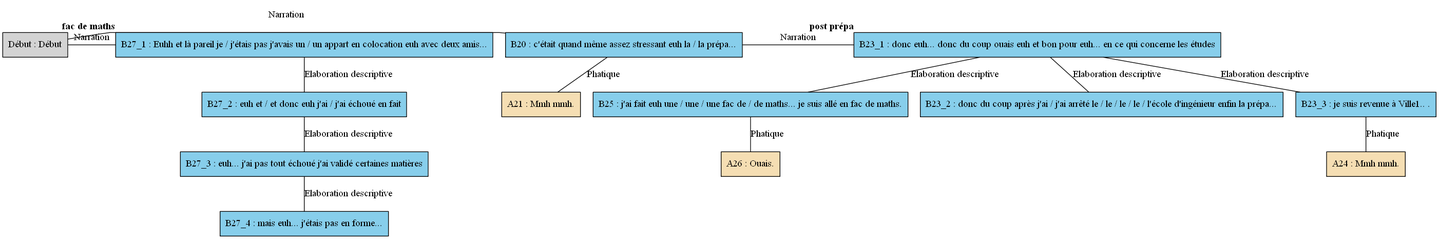
AlaixComet/AnnotationSlamPTut keeps this Graphviz diagram as arbres/Nord/Nord_-_A01.gv.png. Above is the earlier version. Its source is kept beside it as arbres/Nord/Nord_-_A01.gv. Source of this version:
```dot
digraph A01 {
	node [shape=box style=filled]
	"Début" [label="Début : Début" xlabel=""]
	B20 [label="B20 : c'était quand même assez stressant euh la / la prépa..." fillcolor=skyblue xlabel=""]
	A21 [label="A21 : Mmh mmh." fillcolor=wheat xlabel=""]
	B23_1 [label="B23_1 : donc euh... donc du coup ouais euh et bon pour euh... en ce qui concerne les études" fillcolor=skyblue xlabel=<<B>post prépa</B>>]
	B23_2 [label="B23_2 : donc du coup après j'ai / j'ai arrêté le / le / le / le / l'école d'ingénieur enfin la prépa..." fillcolor=skyblue xlabel=""]
	B23_3 [label="B23_3 : je suis revenue à Ville1.. ." fillcolor=skyblue xlabel=""]
	A24 [label="A24 : Mmh mmh." fillcolor=wheat xlabel=""]
	B25 [label="B25 : j'ai fait euh une / une / une fac de / de maths... je suis allé en fac de maths." fillcolor=skyblue xlabel=""]
	A26 [label="A26 : Ouais." fillcolor=wheat xlabel=""]
	B27_1 [label="B27_1 : Euhh et là pareil je / j'étais pas j'avais un / un appart en colocation euh avec deux amis..." fillcolor=skyblue xlabel=<<B>fac de maths</B>>]
	B27_2 [label="B27_2 : euh et / et donc euh j'ai / j'ai échoué en fait" fillcolor=skyblue xlabel=""]
	B27_3 [label="B27_3 : euh... j'ai pas tout échoué j'ai validé certaines matières" fillcolor=skyblue xlabel=""]
	B27_4 [label="B27_4 : mais euh... j'étais pas en forme..." fillcolor=skyblue xlabel=""]
	{
		rank=same
		"Début"
		B20
		"Début" -> B20 [label=Narration dir=none]
	}
	B20 -> A21 [label=Phatique dir=none]
	{
		rank=same
		B20
		B23_1
		B20 -> B23_1 [label=Narration dir=none]
	}
	B23_1 -> B23_2 [label="Elaboration descriptive" dir=none]
	B23_1 -> B23_3 [label="Elaboration descriptive" dir=none]
	B23_3 -> A24 [label=Phatique dir=none]
	B23_1 -> B25 [label="Elaboration descriptive" dir=none]
	B25 -> A26 [label=Phatique dir=none]
	{
		rank=same
		"Début"
		B27_1
		"Début" -> B27_1 [label=Narration dir=none]
	}
	B27_1 -> B27_2 [label="Elaboration descriptive" dir=none]
	B27_2 -> B27_3 [label="Elaboration descriptive" dir=none]
	B27_3 -> B27_4 [label="Elaboration descriptive" dir=none]
}
```
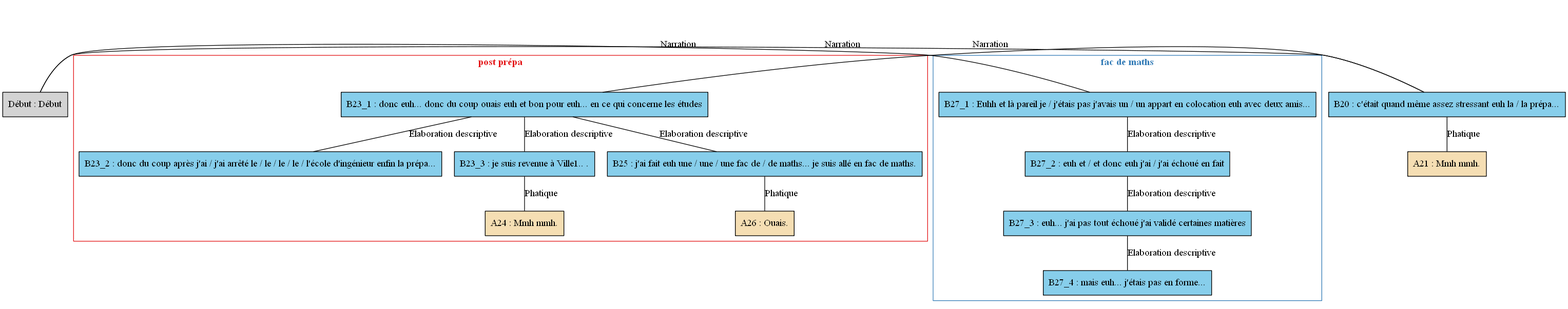
The same diagram one commit later.

Change to the diagram source:
```diff
@@ -1,43 +1,56 @@
 digraph A01 {
 	node [shape=box style=filled]
-	"Début" [label="Début : Début" xlabel=""]
-	B20 [label="B20 : c'était quand même assez stressant euh la / la prépa..." fillcolor=skyblue xlabel=""]
-	A21 [label="A21 : Mmh mmh." fillcolor=wheat xlabel=""]
-	B23_1 [label="B23_1 : donc euh... donc du coup ouais euh et bon pour euh... en ce qui concerne les études" fillcolor=skyblue xlabel=<<B>post prépa</B>>]
-	B23_2 [label="B23_2 : donc du coup après j'ai / j'ai arrêté le / le / le / le / l'école d'ingénieur enfin la prépa..." fillcolor=skyblue xlabel=""]
-	B23_3 [label="B23_3 : je suis revenue à Ville1.. ." fillcolor=skyblue xlabel=""]
-	A24 [label="A24 : Mmh mmh." fillcolor=wheat xlabel=""]
-	B25 [label="B25 : j'ai fait euh une / une / une fac de / de maths... je suis allé en fac de maths." fillcolor=skyblue xlabel=""]
-	A26 [label="A26 : Ouais." fillcolor=wheat xlabel=""]
-	B27_1 [label="B27_1 : Euhh et là pareil je / j'étais pas j'avais un / un appart en colocation euh avec deux amis..." fillcolor=skyblue xlabel=<<B>fac de maths</B>>]
-	B27_2 [label="B27_2 : euh et / et donc euh j'ai / j'ai échoué en fait" fillcolor=skyblue xlabel=""]
-	B27_3 [label="B27_3 : euh... j'ai pas tout échoué j'ai validé certaines matières" fillcolor=skyblue xlabel=""]
-	B27_4 [label="B27_4 : mais euh... j'étais pas en forme..." fillcolor=skyblue xlabel=""]
-	{
-		rank=same
-		"Début"
-		B20
-		"Début" -> B20 [label=Narration dir=none]
+	newrank=true
+	zero [style=invis]
+	"Début" [label="Début : Début"]
+	B20 [label="B20 : c'était quand même assez stressant euh la / la prépa..." fillcolor=skyblue]
+	A21 [label="A21 : Mmh mmh." fillcolor=wheat]
+	B23_1 [label="B23_1 : donc euh... donc du coup ouais euh et bon pour euh... en ce qui concerne les études" fillcolor=skyblue]
+	B23_2 [label="B23_2 : donc du coup après j'ai / j'ai arrêté le / le / le / le / l'école d'ingénieur enfin la prépa..." fillcolor=skyblue]
+	B23_3 [label="B23_3 : je suis revenue à Ville1.. ." fillcolor=skyblue]
+	A24 [label="A24 : Mmh mmh." fillcolor=wheat]
+	B25 [label="B25 : j'ai fait euh une / une / une fac de / de maths... je suis allé en fac de maths." fillcolor=skyblue]
+	A26 [label="A26 : Ouais." fillcolor=wheat]
+	B27_1 [label="B27_1 : Euhh et là pareil je / j'étais pas j'avais un / un appart en colocation euh avec deux amis..." fillcolor=skyblue]
+	B27_2 [label="B27_2 : euh et / et donc euh j'ai / j'ai échoué en fait" fillcolor=skyblue]
+	B27_3 [label="B27_3 : euh... j'ai pas tout échoué j'ai validé certaines matières" fillcolor=skyblue]
+	B27_4 [label="B27_4 : mais euh... j'étais pas en forme..." fillcolor=skyblue]
+	zero -> "Début" [label="" style=invis]
+	zero -> B20 [style=invis weight=1]
+	"Début" -> B20 [label=Narration constraint=false dir=none]
+	B20 -> A21 [label=Phatique dir=none weight=2]
+	zero -> B23_1 [style=invis weight=1]
+	B20 -> B23_1 [label=Narration constraint=false dir=none]
+	B23_1 -> B23_2 [label="Elaboration descriptive" dir=none weight=2]
+	B23_1 -> B23_3 [label="Elaboration descriptive" dir=none weight=2]
+	B23_3 -> A24 [label=Phatique dir=none weight=2]
+	B23_1 -> B25 [label="Elaboration descriptive" dir=none weight=2]
+	B25 -> A26 [label=Phatique dir=none weight=2]
+	zero -> B27_1 [style=invis weight=1]
+	"Début" -> B27_1 [label=Narration constraint=false dir=none]
+	B27_1 -> B27_2 [label="Elaboration descriptive" dir=none weight=2]
+	B27_2 -> B27_3 [label="Elaboration descriptive" dir=none weight=2]
+	B27_3 -> B27_4 [label="Elaboration descriptive" dir=none weight=2]
+	subgraph cluster_1 {
+		label=<<B>post prépa</B>>
+		colorscheme=set19
+		color=1
+		fontcolor=1
+		B23_1
+		B23_2
+		B23_3
+		A24
+		B25
+		A26
 	}
-	B20 -> A21 [label=Phatique dir=none]
-	{
-		rank=same
-		B20
-		B23_1
-		B20 -> B23_1 [label=Narration dir=none]
+	subgraph cluster_2 {
+		label=<<B>fac de maths</B>>
+		colorscheme=set19
+		color=2
+		fontcolor=2
+		B27_1
+		B27_2
+		B27_3
+		B27_4
 	}
-	B23_1 -> B23_2 [label="Elaboration descriptive" dir=none]
-	B23_1 -> B23_3 [label="Elaboration descriptive" dir=none]
-	B23_3 -> A24 [label=Phatique dir=none]
-	B23_1 -> B25 [label="Elaboration descriptive" dir=none]
-	B25 -> A26 [label=Phatique dir=none]
-	{
-		rank=same
-		"Début"
-		B27_1
-		"Début" -> B27_1 [label=Narration dir=none]
-	}
-	B27_1 -> B27_2 [label="Elaboration descriptive" dir=none]
-	B27_2 -> B27_3 [label="Elaboration descriptive" dir=none]
-	B27_3 -> B27_4 [label="Elaboration descriptive" dir=none]
 }
```
